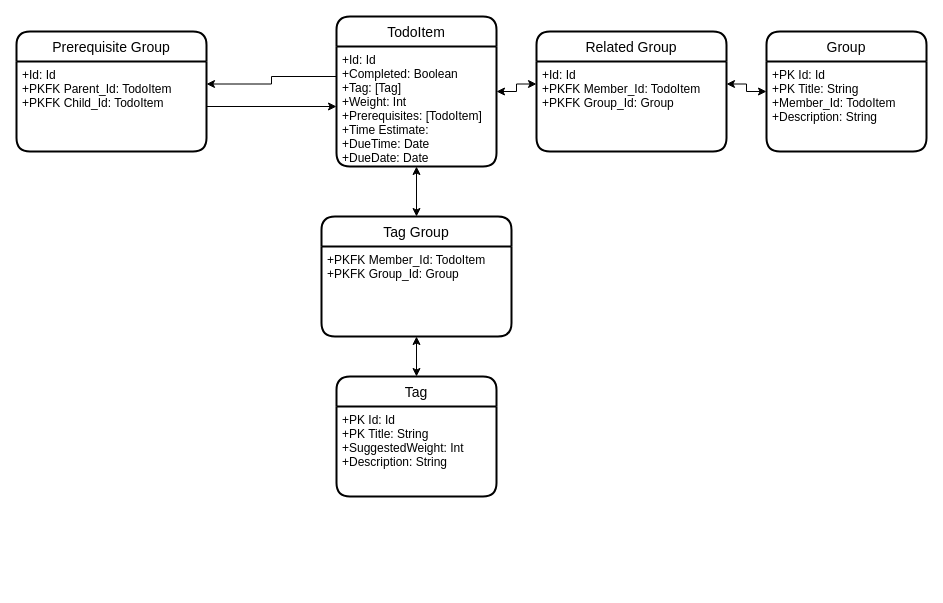
ChristopherCautivar/simple-todo-webapp keeps this draw.io diagram as page "Database" (1 of 4) of database mockup.drawio. Above is the earlier version. Source tidied: cells renumbered, new cells numbered last; positions are measured from the earlier drawing's top-left corner, leaving out a move shared by most shapes. Both pictures are drawn from the tidied source at 100%, with x=0, y=0 at pixel (16, 16).
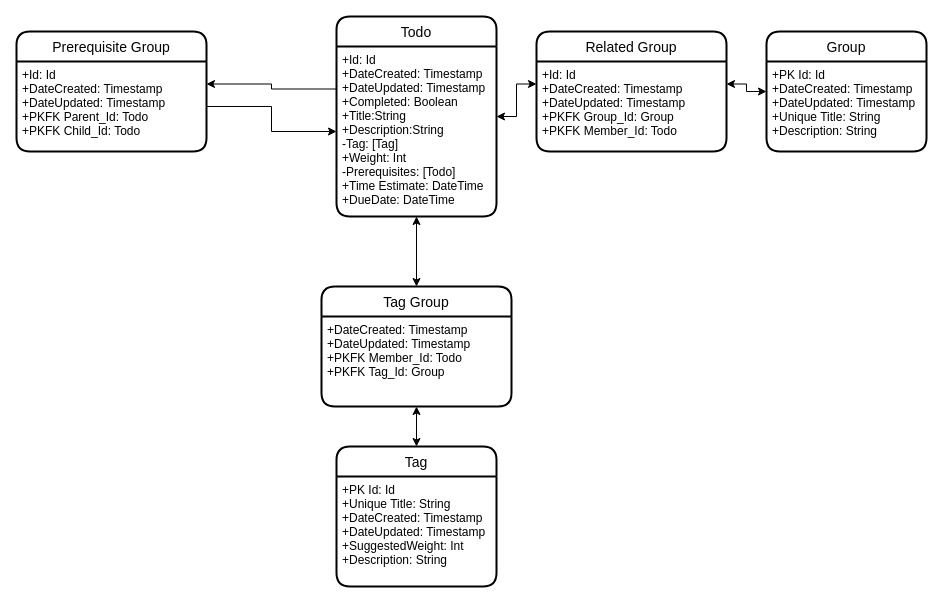
The same diagram, later.

What changed in the source:
```diff
@@
 <mxGraphModel>
   <root>
     <mxCell id="0" />
     <mxCell id="1" parent="0" />
     <mxCell id="2" style="edgeStyle=orthogonalEdgeStyle;rounded=0;jettySize=auto;html=1;entryX=0;entryY=0.25;entryDx=0;entryDy=0;startArrow=classic;startFill=1;" parent="1" edge="1" source="3" target="11">
       <mxGeometry relative="1" as="geometry" />
     </mxCell>
-    <mxCell id="3" value="TodoItem" style="swimlane;horizontal=1;startSize=30;rounded=1;fontSize=14;fontStyle=0;strokeWidth=2;shadow=0;dashed=0;align=center;" parent="1" vertex="1">
-      <mxGeometry x="320" width="160" height="150" as="geometry" />
+    <mxCell id="3" value="Todo" style="swimlane;horizontal=1;startSize=30;rounded=1;fontSize=14;fontStyle=0;strokeWidth=2;shadow=0;dashed=0;align=center;" parent="1" vertex="1">
+      <mxGeometry x="320" width="160" height="200" as="geometry" />
     </mxCell>
-    <mxCell id="4" value="+Id: Id&#10;+Completed: Boolean&#10;+Tag: [Tag]&#10;+Weight: Int&#10;+Prerequisites: [TodoItem]&#10;+Time Estimate:&#10;+DueTime: Date&#10;+DueDate: Date" style="align=left;strokeColor=none;fillColor=none;spacingLeft=4;fontSize=12;verticalAlign=top;" parent="3" vertex="1">
-      <mxGeometry y="30" width="160" height="120" as="geometry" />
+    <mxCell id="4" value="+Id: Id&#10;+DateCreated: Timestamp&#10;+DateUpdated: Timestamp&#10;+Completed: Boolean&#10;+Title:String&#10;+Description:String&#10;-Tag: [Tag]&#10;+Weight: Int&#10;-Prerequisites: [Todo]&#10;+Time Estimate: DateTime&#10;+DueDate: DateTime" style="align=left;strokeColor=none;fillColor=none;spacingLeft=4;fontSize=12;verticalAlign=top;" parent="3" vertex="1">
+      <mxGeometry y="30" width="160" height="170" as="geometry" />
     </mxCell>
     <mxCell id="5" value="Tag" style="swimlane;horizontal=1;startSize=30;rounded=1;fontSize=14;fontStyle=0;strokeWidth=2;shadow=0;dashed=0;align=center;" parent="1" vertex="1">
-      <mxGeometry x="320" y="360" width="160" height="120" as="geometry" />
+      <mxGeometry x="320" y="430" width="160" height="140" as="geometry" />
     </mxCell>
-    <mxCell id="6" value="+PK Id: Id&#10;+PK Title: String&#10;+SuggestedWeight: Int&#10;+Description: String" style="align=left;strokeColor=none;fillColor=none;spacingLeft=4;fontSize=12;verticalAlign=top;" parent="5" vertex="1">
-      <mxGeometry y="30" width="160" height="90" as="geometry" />
+    <mxCell id="6" value="+PK Id: Id&#10;+Unique Title: String&#10;+DateCreated: Timestamp&#10;+DateUpdated: Timestamp&#10;+SuggestedWeight: Int&#10;+Description: String" style="align=left;strokeColor=none;fillColor=none;spacingLeft=4;fontSize=12;verticalAlign=top;" parent="5" vertex="1">
+      <mxGeometry y="30" width="160" height="110" as="geometry" />
     </mxCell>
     <mxCell id="7" style="edgeStyle=orthogonalEdgeStyle;rounded=0;jettySize=auto;html=1;exitX=1;exitY=0.25;exitDx=0;exitDy=0;startArrow=classic;startFill=1;" parent="1" edge="1" source="11" target="8">
       <mxGeometry relative="1" as="geometry" />
     </mxCell>
     <mxCell id="8" value="Group" style="swimlane;horizontal=1;startSize=30;rounded=1;fontSize=14;fontStyle=0;strokeWidth=2;shadow=0;dashed=0;align=center;" parent="1" vertex="1">
       <mxGeometry x="750" y="15" width="160" height="120" as="geometry" />
     </mxCell>
-    <mxCell id="9" value="+PK Id: Id&#10;+PK Title: String&#10;+Member_Id: TodoItem&#10;+Description: String" style="align=left;strokeColor=none;fillColor=none;spacingLeft=4;fontSize=12;verticalAlign=top;" parent="8" vertex="1">
+    <mxCell id="9" value="+PK Id: Id&#10;+DateCreated: Timestamp&#10;+DateUpdated: Timestamp&#10;+Unique Title: String&#10;+Description: String" style="align=left;strokeColor=none;fillColor=none;spacingLeft=4;fontSize=12;verticalAlign=top;" parent="8" vertex="1">
       <mxGeometry y="30" width="160" height="90" as="geometry" />
     </mxCell>
     <mxCell id="10" value="Related Group" style="swimlane;horizontal=1;startSize=30;rounded=1;fontSize=14;fontStyle=0;strokeWidth=2;shadow=0;dashed=0;align=center;" parent="1" vertex="1">
       <mxGeometry x="520" y="15" width="190" height="120" as="geometry" />
     </mxCell>
-    <mxCell id="11" value="+Id: Id&#10;+PKFK Member_Id: TodoItem&#10;+PKFK Group_Id: Group" style="align=left;strokeColor=none;fillColor=none;spacingLeft=4;fontSize=12;verticalAlign=top;" parent="10" vertex="1">
+    <mxCell id="11" value="+Id: Id&#10;+DateCreated: Timestamp&#10;+DateUpdated: Timestamp&#10;+PKFK Group_Id: Group&#10;+PKFK Member_Id: Todo" style="align=left;strokeColor=none;fillColor=none;spacingLeft=4;fontSize=12;verticalAlign=top;" parent="10" vertex="1">
       <mxGeometry y="30" width="190" height="90" as="geometry" />
     </mxCell>
     <mxCell id="12" value="Tag Group" style="swimlane;horizontal=1;startSize=30;rounded=1;fontSize=14;fontStyle=0;strokeWidth=2;shadow=0;dashed=0;align=center;" parent="1" vertex="1">
-      <mxGeometry x="305" y="200" width="190" height="120" as="geometry" />
+      <mxGeometry x="305" y="270" width="190" height="120" as="geometry" />
     </mxCell>
-    <mxCell id="13" value="+PKFK Member_Id: TodoItem&#10;+PKFK Group_Id: Group" style="align=left;strokeColor=none;fillColor=none;spacingLeft=4;fontSize=12;verticalAlign=top;" parent="12" vertex="1">
+    <mxCell id="13" value="+DateCreated: Timestamp&#10;+DateUpdated: Timestamp&#10;+PKFK Member_Id: Todo&#10;+PKFK Tag_Id: Group" style="align=left;strokeColor=none;fillColor=none;spacingLeft=4;fontSize=12;verticalAlign=top;" parent="12" vertex="1">
       <mxGeometry y="30" width="190" height="90" as="geometry" />
     </mxCell>
     <mxCell id="14" value="Prerequisite Group" style="swimlane;horizontal=1;startSize=30;rounded=1;fontSize=14;fontStyle=0;strokeWidth=2;shadow=0;dashed=0;align=center;" parent="1" vertex="1">
       <mxGeometry y="15" width="190" height="120" as="geometry" />
     </mxCell>
-    <mxCell id="15" value="+Id: Id&#10;+PKFK Parent_Id: TodoItem&#10;+PKFK Child_Id: TodoItem" style="align=left;strokeColor=none;fillColor=none;spacingLeft=4;fontSize=12;verticalAlign=top;" parent="14" vertex="1">
+    <mxCell id="15" value="+Id: Id&#10;+DateCreated: Timestamp&#10;+DateUpdated: Timestamp&#10;+PKFK Parent_Id: Todo&#10;+PKFK Child_Id: Todo" style="align=left;strokeColor=none;fillColor=none;spacingLeft=4;fontSize=12;verticalAlign=top;" parent="14" vertex="1">
       <mxGeometry y="30" width="190" height="90" as="geometry" />
     </mxCell>
     <mxCell id="16" style="edgeStyle=orthogonalEdgeStyle;rounded=0;jettySize=auto;html=1;exitX=0;exitY=0.25;exitDx=0;exitDy=0;entryX=1;entryY=0.25;entryDx=0;entryDy=0;" parent="1" edge="1" source="4" target="15">
       <mxGeometry relative="1" as="geometry" />
     </mxCell>
     <mxCell id="17" style="edgeStyle=orthogonalEdgeStyle;rounded=0;jettySize=auto;html=1;exitX=1;exitY=0.5;exitDx=0;exitDy=0;entryX=0;entryY=0.5;entryDx=0;entryDy=0;" parent="1" edge="1" source="15" target="4">
       <mxGeometry relative="1" as="geometry" />
     </mxCell>
     <mxCell id="18" style="edgeStyle=orthogonalEdgeStyle;rounded=0;jettySize=auto;html=1;exitX=0.5;exitY=1;exitDx=0;exitDy=0;entryX=0.5;entryY=0;entryDx=0;entryDy=0;startArrow=classic;startFill=1;" parent="1" edge="1" source="4" target="12">
       <mxGeometry relative="1" as="geometry" />
     </mxCell>
     <mxCell id="19" style="edgeStyle=orthogonalEdgeStyle;rounded=0;jettySize=auto;html=1;exitX=0.5;exitY=1;exitDx=0;exitDy=0;entryX=0.5;entryY=0;entryDx=0;entryDy=0;startArrow=classic;startFill=1;" parent="1" edge="1" source="13" target="5">
       <mxGeometry relative="1" as="geometry" />
     </mxCell>
   </root>
 </mxGraphModel>
```
